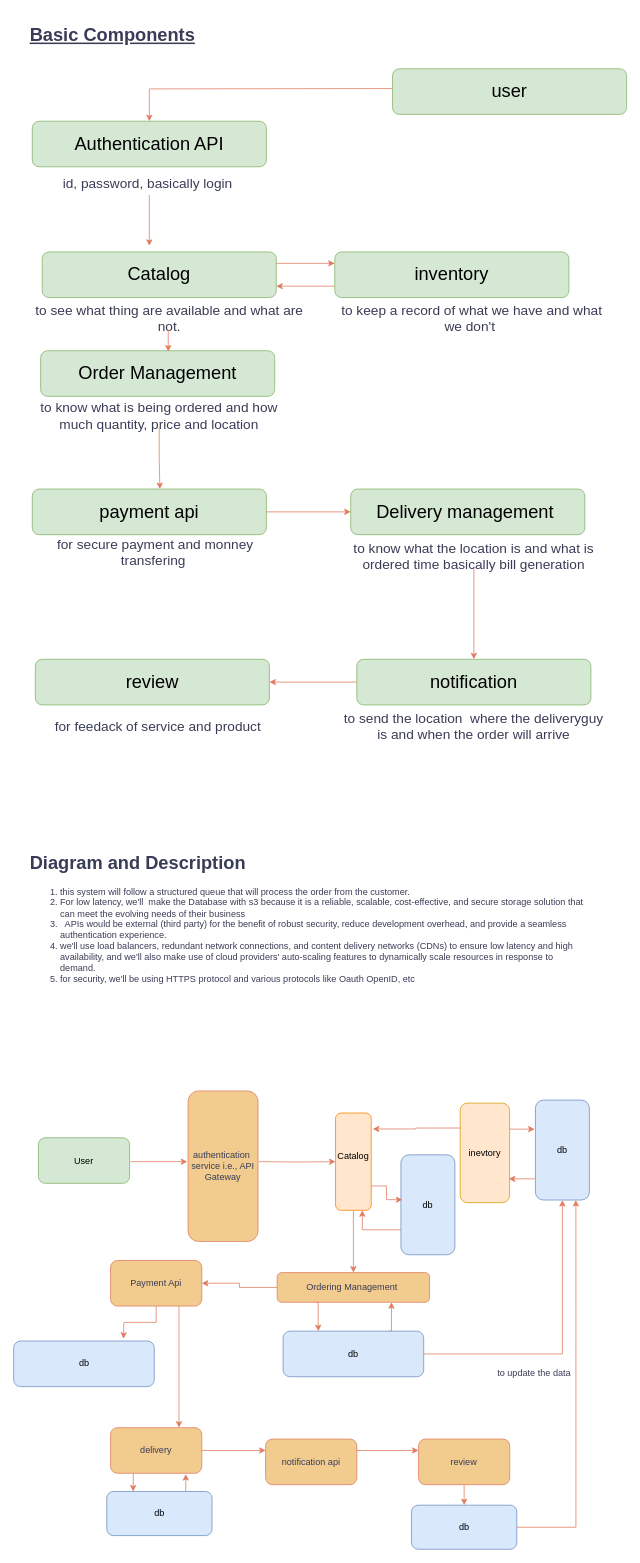
Above: Untitled Diagram.drawio in Kartik-yo/Project (draw.io), before the change. Source tidied: cells renumbered, new cells numbered last; positions are measured from the earlier drawing's top-left corner, leaving out a move shared by most shapes. Both pictures are drawn from the tidied source at 76%, with x=0, y=0 at pixel (14, 13).
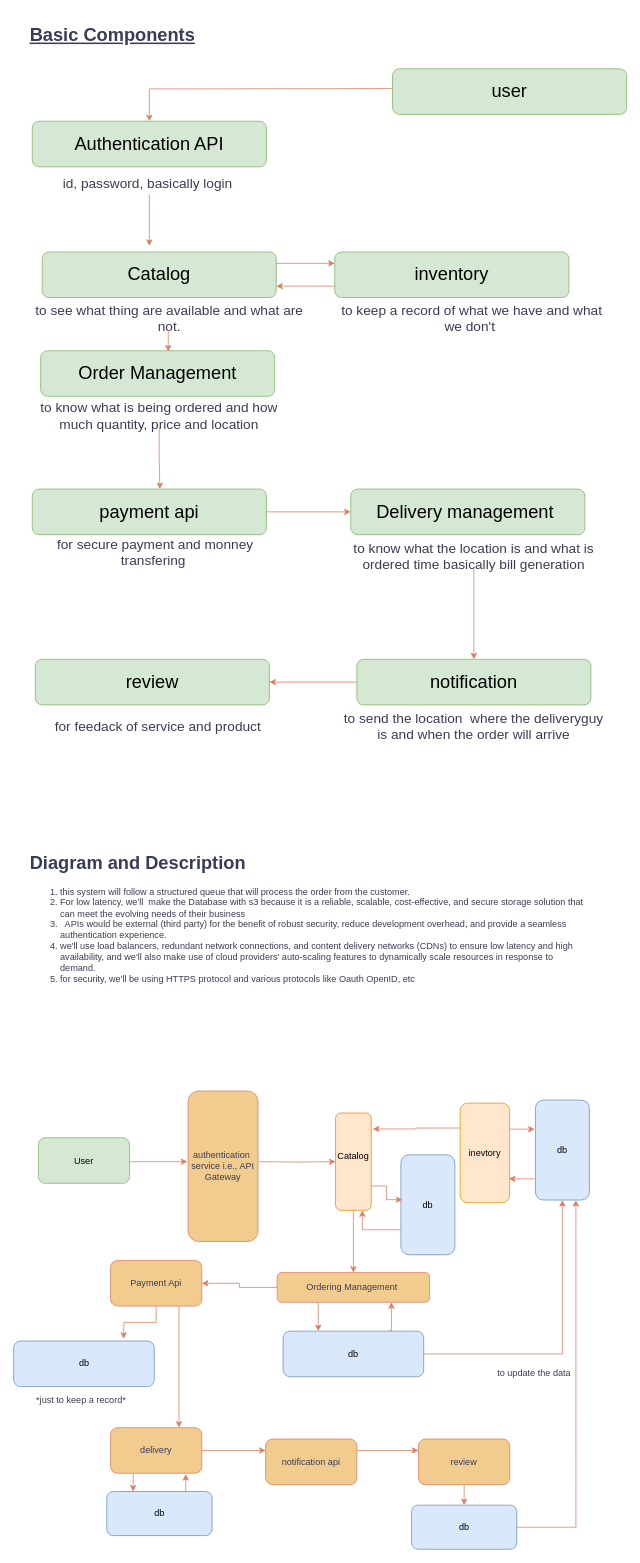
The same page after the edit.

Change to the diagram source:
```diff
@@
+    <mxCell id="66" value="*just to keep a record*" style="text;html=1;align=center;verticalAlign=middle;whiteSpace=wrap;rounded=0;fontColor=#393C56;" parent="1" vertex="1">
+      <mxGeometry x="19" y="1810" width="138.5" height="30" as="geometry" />
+    </mxCell>
```
